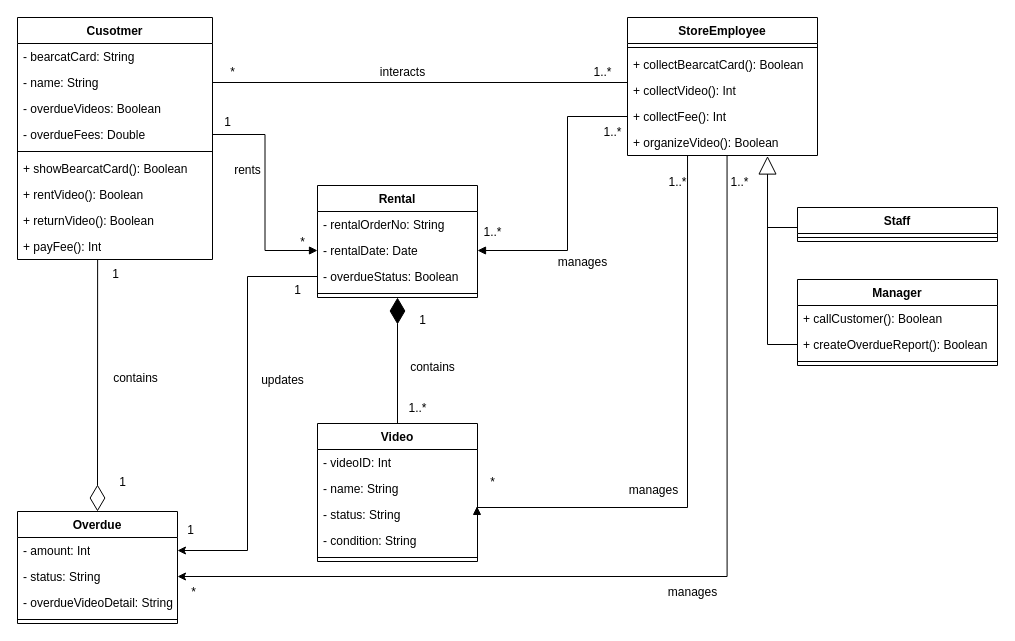
LarryChenCode/IS7020_diagrams keeps this draw.io diagram as Project_Class.drawio. Above is the earlier version. Source tidied: cells renumbered, new cells numbered last; positions are measured from the earlier drawing's top-left corner, leaving out a move shared by most shapes. Both pictures are drawn from the tidied source at 100%, with x=0, y=0 at pixel (17, 17).
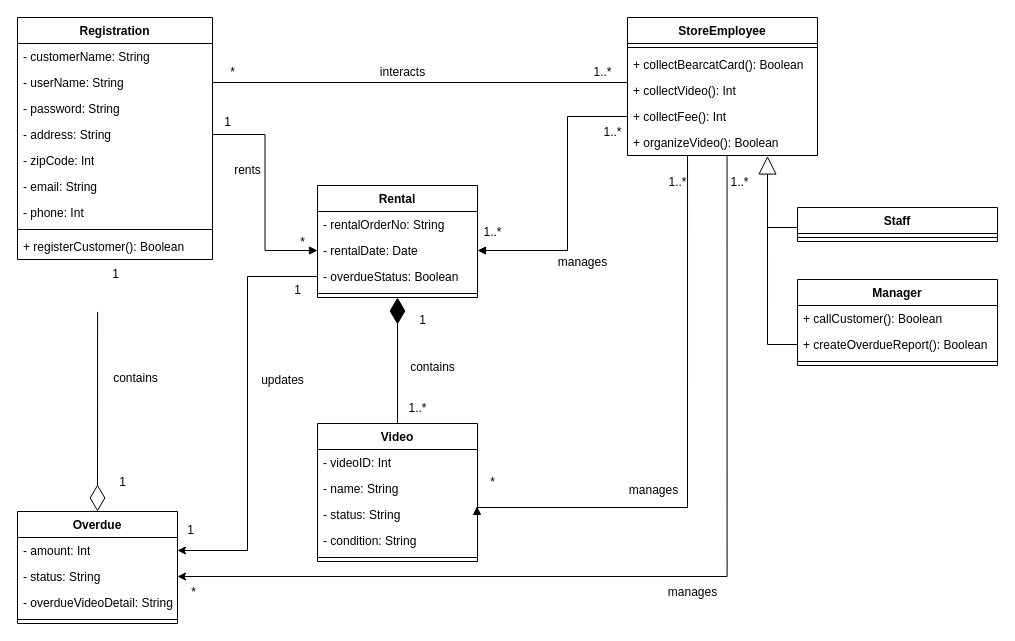
Above is the later version.

The change refers to these unchanged cells:
```xml
<mxCell id="2" value="Overdue" style="swimlane;fontStyle=1;align=center;verticalAlign=top;horizontal=1;startSize=26;whiteSpace=wrap;html=1;" parent="1" vertex="1">
  <mxGeometry y="494" width="160" height="112" as="geometry" />
</mxCell>
```

Change to the diagram source:
```diff
@@
-    <mxCell id="12" value="Cusotmer" style="swimlane;fontStyle=1;align=center;verticalAlign=top;horizontal=1;startSize=26;whiteSpace=wrap;html=1;" parent="1" vertex="1">
+    <mxCell id="12" value="Registration" style="swimlane;fontStyle=1;align=center;verticalAlign=top;horizontal=1;startSize=26;whiteSpace=wrap;html=1;" parent="1" vertex="1">
       <mxGeometry width="195" height="242" as="geometry" />
     </mxCell>
-    <mxCell id="13" value="- bearcatCard: String" style="text;strokeColor=none;fillColor=none;align=left;verticalAlign=top;spacingLeft=4;spacingRight=4;overflow=hidden;whiteSpace=wrap;html=1;" parent="12" vertex="1">
+    <mxCell id="13" value="- customerName: String" style="text;strokeColor=none;fillColor=none;align=left;verticalAlign=top;spacingLeft=4;spacingRight=4;overflow=hidden;whiteSpace=wrap;html=1;" parent="12" vertex="1">
       <mxGeometry y="26" width="195" height="26" as="geometry" />
     </mxCell>
-    <mxCell id="14" value="- name: String" style="text;strokeColor=none;fillColor=none;align=left;verticalAlign=top;spacingLeft=4;spacingRight=4;overflow=hidden;points=[[0,0.5],[1,0.5]];portConstraint=eastwest;whiteSpace=wrap;html=1;" parent="12" vertex="1">
+    <mxCell id="14" value="- userName: String" style="text;strokeColor=none;fillColor=none;align=left;verticalAlign=top;spacingLeft=4;spacingRight=4;overflow=hidden;points=[[0,0.5],[1,0.5]];portConstraint=eastwest;whiteSpace=wrap;html=1;" parent="12" vertex="1">
       <mxGeometry y="52" width="195" height="26" as="geometry" />
     </mxCell>
-    <mxCell id="15" value="- overdueVideos: Boolean" style="text;strokeColor=none;fillColor=none;align=left;verticalAlign=top;spacingLeft=4;spacingRight=4;overflow=hidden;whiteSpace=wrap;html=1;" parent="12" vertex="1">
+    <mxCell id="15" value="- password: String" style="text;strokeColor=none;fillColor=none;align=left;verticalAlign=top;spacingLeft=4;spacingRight=4;overflow=hidden;whiteSpace=wrap;html=1;" parent="12" vertex="1">
       <mxGeometry y="78" width="195" height="26" as="geometry" />
     </mxCell>
-    <mxCell id="16" value="- overdueFees: Double" style="text;strokeColor=none;fillColor=none;align=left;verticalAlign=top;spacingLeft=4;spacingRight=4;overflow=hidden;points=[[0,0.5],[1,0.5]];portConstraint=eastwest;whiteSpace=wrap;html=1;" parent="12" vertex="1">
+    <mxCell id="16" value="- address: String" style="text;strokeColor=none;fillColor=none;align=left;verticalAlign=top;spacingLeft=4;spacingRight=4;overflow=hidden;points=[[0,0.5],[1,0.5]];portConstraint=eastwest;whiteSpace=wrap;html=1;" parent="12" vertex="1">
       <mxGeometry y="104" width="195" height="26" as="geometry" />
     </mxCell>
+    <mxCell id="74" value="- zipCode: Int" style="text;strokeColor=none;fillColor=none;align=left;verticalAlign=top;spacingLeft=4;spacingRight=4;overflow=hidden;whiteSpace=wrap;html=1;" parent="12" vertex="1">
+      <mxGeometry y="130" width="195" height="26" as="geometry" />
+    </mxCell>
+    <mxCell id="75" value="- email: String" style="text;strokeColor=none;fillColor=none;align=left;verticalAlign=top;spacingLeft=4;spacingRight=4;overflow=hidden;whiteSpace=wrap;html=1;" parent="12" vertex="1">
+      <mxGeometry y="156" width="195" height="26" as="geometry" />
+    </mxCell>
+    <mxCell id="76" value="- phone: Int" style="text;strokeColor=none;fillColor=none;align=left;verticalAlign=top;spacingLeft=4;spacingRight=4;overflow=hidden;whiteSpace=wrap;html=1;" parent="12" vertex="1">
+      <mxGeometry y="182" width="195" height="26" as="geometry" />
+    </mxCell>
     <mxCell id="17" style="line;strokeWidth=1;fillColor=none;align=left;verticalAlign=middle;spacingTop=-1;spacingLeft=3;spacingRight=3;labelPosition=right;strokeColor=inherit;" parent="12" vertex="1">
-      <mxGeometry y="130" width="195" height="8" as="geometry" />
+      <mxGeometry y="208" width="195" height="8" as="geometry" />
     </mxCell>
-    <mxCell id="18" value="+ showBearcatCard(): Boolean" style="text;strokeColor=none;fillColor=none;align=left;verticalAlign=top;spacingLeft=4;spacingRight=4;overflow=hidden;whiteSpace=wrap;html=1;" parent="12" vertex="1">
-      <mxGeometry y="138" width="195" height="26" as="geometry" />
+    <mxCell id="18" value="+ registerCustomer(): Boolean" style="text;strokeColor=none;fillColor=none;align=left;verticalAlign=top;spacingLeft=4;spacingRight=4;overflow=hidden;whiteSpace=wrap;html=1;" parent="12" vertex="1">
+      <mxGeometry y="216" width="195" height="26" as="geometry" />
     </mxCell>
-    <mxCell id="19" value="+ rentVideo(): Boolean" style="text;strokeColor=none;fillColor=none;align=left;verticalAlign=top;spacingLeft=4;spacingRight=4;overflow=hidden;whiteSpace=wrap;html=1;" parent="12" vertex="1">
-      <mxGeometry y="164" width="195" height="26" as="geometry" />
-    </mxCell>
-    <mxCell id="20" value="+ returnVideo(): Boolean" style="text;strokeColor=none;fillColor=none;align=left;verticalAlign=top;spacingLeft=4;spacingRight=4;overflow=hidden;whiteSpace=wrap;html=1;" parent="12" vertex="1">
-      <mxGeometry y="190" width="195" height="26" as="geometry" />
-    </mxCell>
-    <mxCell id="21" value="+ payFee(): Int" style="text;strokeColor=none;fillColor=none;align=left;verticalAlign=top;spacingLeft=4;spacingRight=4;overflow=hidden;points=[[0,0.5],[1,0.5]];portConstraint=eastwest;whiteSpace=wrap;html=1;" parent="12" vertex="1">
-      <mxGeometry y="216" width="195" height="26" as="geometry" />
-    </mxCell>
@@
-    <mxCell id="55" style="endArrow=diamondThin;endFill=0;endSize=24;html=1;rounded=0;exitX=0.411;exitY=1.014;exitDx=0;exitDy=0;exitPerimeter=0;entryX=0.5;entryY=0;entryDx=0;entryDy=0;" parent="1" edge="1" source="21" target="2">
-      <mxGeometry relative="1" as="geometry" />
+    <mxCell id="55" style="endArrow=diamondThin;endFill=0;endSize=24;html=1;rounded=0;exitX=0.411;exitY=1.014;exitDx=0;exitDy=0;exitPerimeter=0;entryX=0.5;entryY=0;entryDx=0;entryDy=0;" parent="1" edge="1" target="2">
+      <mxGeometry relative="1" as="geometry">
+        <mxPoint x="80.1" y="294.4" as="sourcePoint" />
+      </mxGeometry>
     </mxCell>
```
